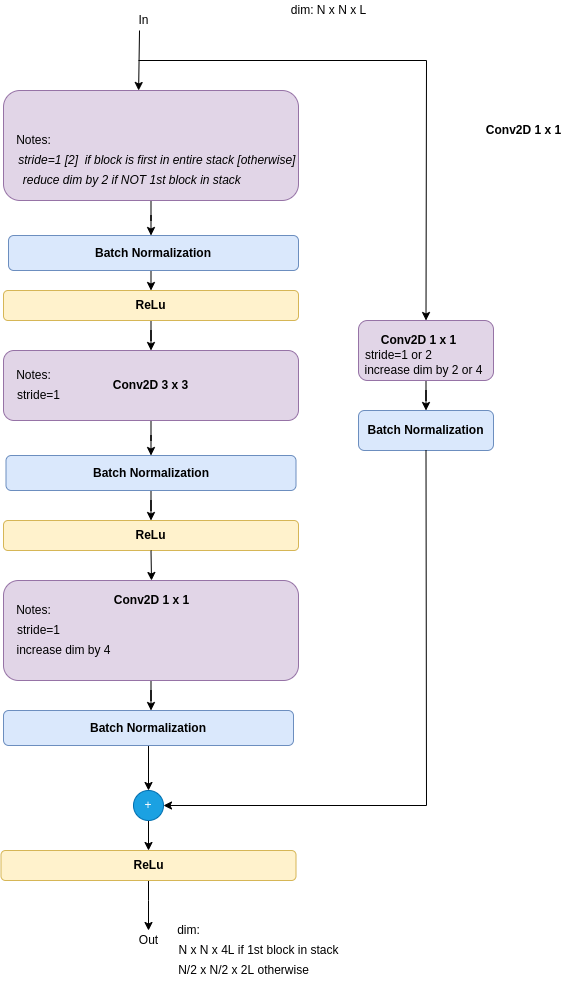
The draw.io diagram assets/images/cnn-models/deeper-bottleneck-resnet-residual-block-dimenssions-matching-projection.drawio.png in ronen-halevy/ronen-halevy.github.io, before a commit. Source tidied: cells renumbered, new cells last; positions are measured from the earlier drawing's top-left corner, leaving out a move shared by most shapes.
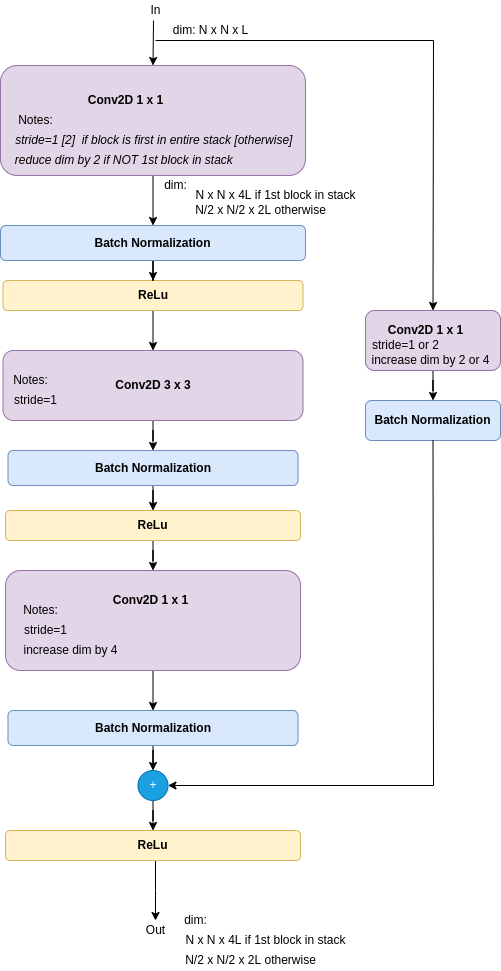
The same file after the commit.

Change to the diagram source:
```diff
@@ -2,23 +2,14 @@
   <root>
     <mxCell id="0" />
     <mxCell id="1" parent="0" />
-    <mxCell id="2" style="edgeStyle=orthogonalEdgeStyle;rounded=0;jettySize=auto;html=1;" parent="1" edge="1" source="3">
-      <mxGeometry relative="1" as="geometry">
-        <mxPoint x="150.5" y="235" as="targetPoint" />
-      </mxGeometry>
-    </mxCell>
+    <mxCell id="49" style="edgeStyle=orthogonalEdgeStyle;rounded=0;jettySize=auto;html=1;entryX=0.5;entryY=0;entryDx=0;entryDy=0;" parent="1" edge="1" source="3" target="42">
+      <mxGeometry relative="1" as="geometry" />
+    </mxCell>
     <mxCell id="3" style="rounded=1;whiteSpace=wrap;html=1;fillColor=#e1d5e7;strokeColor=#9673a6;" parent="1" vertex="1">
-      <mxGeometry x="3" y="90" width="295" height="110" as="geometry" />
+      <mxGeometry x="-7" y="75" width="305" height="110" as="geometry" />
     </mxCell>
-    <mxCell id="4" style="edgeStyle=orthogonalEdgeStyle;rounded=0;jettySize=auto;html=1;exitX=0.367;exitY=1;exitDx=0;exitDy=0;exitPerimeter=0;entryX=0.458;entryY=0;entryDx=0;entryDy=0;entryPerimeter=0;" parent="1" edge="1" source="5" target="3">
-      <mxGeometry relative="1" as="geometry">
-        <Array as="points">
-          <mxPoint x="138" y="30" />
-        </Array>
-      </mxGeometry>
-    </mxCell>
     <mxCell id="5" value="In" style="text;html=1;align=center;verticalAlign=middle;points=[];strokeColor=none;fillColor=none;" parent="1" vertex="1">
-      <mxGeometry x="128" y="10" width="30" height="20" as="geometry" />
+      <mxGeometry x="133" y="10" width="30" height="20" as="geometry" />
     </mxCell>
     <mxCell id="6" value="Out" style="text;html=1;align=center;verticalAlign=middle;strokeColor=none;fillColor=none;" parent="1" vertex="1">
       <mxGeometry x="133" y="930" width="30" height="20" as="geometry" />
@@ -27,16 +18,16 @@
       <mxGeometry x="98" y="215" width="20" height="20" as="geometry" />
     </mxCell>
     <mxCell id="8" value="&lt;i&gt;&amp;nbsp; reduce dim by 2 if NOT 1st block in stack&lt;/i&gt;" style="text;html=1;align=center;verticalAlign=middle;strokeColor=none;fillColor=none;" parent="1" vertex="1">
-      <mxGeometry x="8" y="170" width="240" height="20" as="geometry" />
+      <mxGeometry x="-7" y="160" width="240" height="20" as="geometry" />
     </mxCell>
     <mxCell id="9" value="&lt;span&gt;&lt;b&gt;Conv2D 1 x 1&lt;/b&gt;&lt;/span&gt;" style="text;html=1;align=center;verticalAlign=middle;strokeColor=none;fillColor=none;" parent="1" vertex="1">
-      <mxGeometry x="478" y="120" width="90" height="20" as="geometry" />
+      <mxGeometry x="73" y="100" width="90" height="20" as="geometry" />
     </mxCell>
     <mxCell id="10" value="&lt;i&gt;&amp;nbsp;&amp;nbsp;&lt;span style=&quot;color: rgba(0 , 0 , 0 , 0) ; font-family: monospace ; font-size: 0px&quot;&gt;%3CmxGraphModel%3E%3Croot%3E%3CmxCell%20id%3D%220%22%2F%3E%3CmxCell%20id%3D%221%22%20parent%3D%220%22%2F%3E%3CmxCell%20id%3D%222%22%20value%3D%22%22%20style%3D%22endArrow%3Dclassic%3Bhtml%3D1%3Brounded%3D0%3B%22%20edge%3D%221%22%20parent%3D%221%22%3E%3CmxGeometry%20width%3D%2250%22%20height%3D%2250%22%20relative%3D%221%22%20as%3D%22geometry%22%3E%3CmxPoint%20x%3D%22640%22%20y%3D%22230%22%20as%3D%22sourcePoint%22%2F%3E%3CmxPoint%20x%3D%22640%22%20y%3D%22250%22%20as%3D%22targetPoint%22%2F%3E%3C%2FmxGeometry%3E%3C%2FmxCell%3E%3C%2Froot%3E%3C%2Fmx&lt;/span&gt;stride=1 [2]&amp;nbsp; if block is first in entire stack [otherwise]&lt;/i&gt;" style="text;html=1;align=center;verticalAlign=middle;strokeColor=none;fillColor=none;" parent="1" vertex="1">
-      <mxGeometry x="3" y="150" width="300" height="20" as="geometry" />
+      <mxGeometry x="-7" y="140" width="300" height="20" as="geometry" />
     </mxCell>
     <mxCell id="11" value="dim: N x N x L" style="text;html=1;align=center;verticalAlign=middle;strokeColor=none;fillColor=none;" parent="1" vertex="1">
-      <mxGeometry x="283" width="90" height="20" as="geometry" />
+      <mxGeometry x="158" y="30" width="90" height="20" as="geometry" />
     </mxCell>
     <mxCell id="12" value="N x N x 4L if 1st block in stack" style="text;html=1;align=center;verticalAlign=middle;strokeColor=none;fillColor=none;" parent="1" vertex="1">
       <mxGeometry x="168" y="940" width="180" height="20" as="geometry" />
@@ -44,60 +35,53 @@
     <mxCell id="13" value="N/2 x N/2 x 2L otherwise" style="text;html=1;align=center;verticalAlign=middle;strokeColor=none;fillColor=none;" parent="1" vertex="1">
       <mxGeometry x="168" y="960" width="150" height="20" as="geometry" />
     </mxCell>
-    <mxCell id="14" style="edgeStyle=orthogonalEdgeStyle;rounded=0;jettySize=auto;html=1;exitX=0.5;exitY=1;exitDx=0;exitDy=0;" parent="1" edge="1" source="42">
-      <mxGeometry relative="1" as="geometry">
-        <mxPoint x="150.5" y="290" as="targetPoint" />
-      </mxGeometry>
-    </mxCell>
     <mxCell id="15" style="edgeStyle=orthogonalEdgeStyle;rounded=0;jettySize=auto;html=1;" parent="1" edge="1" source="16" target="21">
       <mxGeometry relative="1" as="geometry" />
     </mxCell>
     <mxCell id="16" value="&lt;b&gt;Conv2D&amp;nbsp;3 x 3&lt;/b&gt;" style="rounded=1;whiteSpace=wrap;html=1;fillColor=#e1d5e7;strokeColor=#9673a6;" parent="1" vertex="1">
-      <mxGeometry x="3" y="350" width="295" height="70" as="geometry" />
+      <mxGeometry x="-4.5" y="360" width="300" height="70" as="geometry" />
     </mxCell>
     <mxCell id="17" value="stride=1" style="text;html=1;align=center;verticalAlign=middle;strokeColor=none;fillColor=none;" parent="1" vertex="1">
-      <mxGeometry x="8" y="385" width="60" height="20" as="geometry" />
+      <mxGeometry x="-2" y="400" width="60" height="20" as="geometry" />
     </mxCell>
     <mxCell id="18" value="Notes:" style="text;html=1;align=center;verticalAlign=middle;strokeColor=none;fillColor=none;" parent="1" vertex="1">
-      <mxGeometry x="8" y="130" width="50" height="20" as="geometry" />
+      <mxGeometry x="3" y="120" width="50" height="20" as="geometry" />
     </mxCell>
     <mxCell id="19" value="Notes:" style="text;html=1;align=center;verticalAlign=middle;strokeColor=none;fillColor=none;" parent="1" vertex="1">
-      <mxGeometry x="8" y="365" width="50" height="20" as="geometry" />
+      <mxGeometry x="-2" y="380" width="50" height="20" as="geometry" />
     </mxCell>
     <mxCell id="20" style="edgeStyle=orthogonalEdgeStyle;rounded=0;jettySize=auto;html=1;" parent="1" edge="1" source="21" target="46">
       <mxGeometry relative="1" as="geometry" />
     </mxCell>
     <mxCell id="21" value="&lt;b&gt;Batch Normalization&lt;/b&gt;" style="rounded=1;whiteSpace=wrap;html=1;fillColor=#dae8fc;strokeColor=#6c8ebf;" parent="1" vertex="1">
-      <mxGeometry x="5.5" y="455" width="290" height="35" as="geometry" />
+      <mxGeometry x="0.5" y="460" width="290" height="35" as="geometry" />
     </mxCell>
-    <mxCell id="22" style="edgeStyle=orthogonalEdgeStyle;rounded=0;jettySize=auto;html=1;" parent="1" edge="1" source="23">
-      <mxGeometry relative="1" as="geometry">
-        <mxPoint x="150.5" y="710" as="targetPoint" />
-      </mxGeometry>
-    </mxCell>
+    <mxCell id="50" style="edgeStyle=orthogonalEdgeStyle;rounded=0;jettySize=auto;html=1;" parent="1" edge="1" source="23" target="48">
+      <mxGeometry relative="1" as="geometry" />
+    </mxCell>
     <mxCell id="23" style="rounded=1;whiteSpace=wrap;html=1;fillColor=#e1d5e7;strokeColor=#9673a6;" parent="1" vertex="1">
-      <mxGeometry x="3" y="580" width="295" height="100" as="geometry" />
+      <mxGeometry x="-2" y="580" width="295" height="100" as="geometry" />
     </mxCell>
     <mxCell id="24" style="edgeStyle=orthogonalEdgeStyle;rounded=0;jettySize=auto;html=1;exitX=0.5;exitY=1;exitDx=0;exitDy=0;" parent="1" edge="1" source="48" target="30">
       <mxGeometry relative="1" as="geometry" />
     </mxCell>
     <mxCell id="25" value="&lt;b&gt;Conv2D 1 x 1&lt;/b&gt;" style="text;html=1;align=center;verticalAlign=middle;strokeColor=none;fillColor=none;" parent="1" vertex="1">
-      <mxGeometry x="105.5" y="590" width="90" height="20" as="geometry" />
+      <mxGeometry x="98" y="600" width="90" height="20" as="geometry" />
     </mxCell>
     <mxCell id="26" value="Notes:" style="text;html=1;align=center;verticalAlign=middle;strokeColor=none;fillColor=none;" parent="1" vertex="1">
-      <mxGeometry x="8" y="600" width="50" height="20" as="geometry" />
+      <mxGeometry x="8" y="610" width="50" height="20" as="geometry" />
     </mxCell>
     <mxCell id="27" value="stride=1" style="text;html=1;align=center;verticalAlign=middle;strokeColor=none;fillColor=none;" parent="1" vertex="1">
-      <mxGeometry x="8" y="620" width="60" height="20" as="geometry" />
+      <mxGeometry x="8" y="630" width="60" height="20" as="geometry" />
     </mxCell>
     <mxCell id="28" value="increase&amp;nbsp;dim&amp;nbsp;by 4" style="text;html=1;align=center;verticalAlign=middle;strokeColor=none;fillColor=none;" parent="1" vertex="1">
-      <mxGeometry x="8" y="640" width="110" height="20" as="geometry" />
+      <mxGeometry x="8" y="650" width="110" height="20" as="geometry" />
     </mxCell>
     <mxCell id="29" style="edgeStyle=orthogonalEdgeStyle;rounded=0;jettySize=auto;html=1;" parent="1" edge="1" source="30" target="41">
       <mxGeometry relative="1" as="geometry" />
     </mxCell>
     <mxCell id="30" value="+" style="ellipse;whiteSpace=wrap;html=1;fillColor=#1ba1e2;fontColor=#ffffff;strokeColor=#006EAF;" parent="1" vertex="1">
-      <mxGeometry x="133" y="790" width="30" height="30" as="geometry" />
+      <mxGeometry x="130.5" y="780" width="30" height="30" as="geometry" />
     </mxCell>
     <mxCell id="31" style="edgeStyle=orthogonalEdgeStyle;rounded=0;jettySize=auto;html=1;" parent="1" edge="1" source="32" target="36">
       <mxGeometry relative="1" as="geometry" />
@@ -127,7 +111,7 @@
       <mxGeometry relative="1" as="geometry" />
     </mxCell>
     <mxCell id="39" value="&lt;b&gt;ReLu&lt;/b&gt;" style="rounded=1;whiteSpace=wrap;html=1;fillColor=#fff2cc;strokeColor=#d6b656;" parent="1" vertex="1">
-      <mxGeometry x="3" y="290" width="295" height="30" as="geometry" />
+      <mxGeometry x="-4.5" y="290" width="300" height="30" as="geometry" />
     </mxCell>
     <mxCell id="40" style="edgeStyle=orthogonalEdgeStyle;rounded=0;jettySize=auto;html=1;" parent="1" edge="1" source="41">
       <mxGeometry relative="1" as="geometry">
@@ -139,39 +123,54 @@
       </mxGeometry>
     </mxCell>
     <mxCell id="41" value="&lt;b&gt;ReLu&lt;/b&gt;" style="rounded=1;whiteSpace=wrap;html=1;fillColor=#fff2cc;strokeColor=#d6b656;" parent="1" vertex="1">
-      <mxGeometry x="0.5" y="850" width="295" height="30" as="geometry" />
+      <mxGeometry x="-2" y="840" width="295" height="30" as="geometry" />
     </mxCell>
+    <mxCell id="51" style="edgeStyle=orthogonalEdgeStyle;rounded=0;jettySize=auto;html=1;" parent="1" edge="1" source="42" target="39">
+      <mxGeometry relative="1" as="geometry" />
+    </mxCell>
     <mxCell id="42" value="&lt;b&gt;Batch Normalization&lt;/b&gt;" style="rounded=1;whiteSpace=wrap;html=1;fillColor=#dae8fc;strokeColor=#6c8ebf;" parent="1" vertex="1">
-      <mxGeometry x="8" y="235" width="290" height="35" as="geometry" />
+      <mxGeometry x="-7" y="235" width="305" height="35" as="geometry" />
     </mxCell>
     <mxCell id="43" value="dim:" style="text;html=1;align=center;verticalAlign=middle;strokeColor=none;fillColor=none;" parent="1" vertex="1">
       <mxGeometry x="168" y="920" width="40" height="20" as="geometry" />
     </mxCell>
-    <mxCell id="44" style="endArrow=classic;html=1;rounded=0;entryX=0.5;entryY=0;entryDx=0;entryDy=0;" parent="1" edge="1" target="32">
-      <mxGeometry relative="1" as="geometry">
-        <mxPoint x="138" y="60" as="sourcePoint" />
-        <Array as="points">
-          <mxPoint x="426" y="60" />
-        </Array>
-      </mxGeometry>
-    </mxCell>
     <mxCell id="45" style="endArrow=classic;html=1;rounded=0;exitX=0.5;exitY=1;exitDx=0;exitDy=0;entryX=1;entryY=0.5;entryDx=0;entryDy=0;" parent="1" edge="1" source="36" target="30">
       <mxGeometry relative="1" as="geometry">
         <Array as="points">
-          <mxPoint x="426" y="805" />
+          <mxPoint x="426" y="795" />
         </Array>
       </mxGeometry>
     </mxCell>
+    <mxCell id="52" style="edgeStyle=orthogonalEdgeStyle;rounded=0;jettySize=auto;html=1;" parent="1" edge="1" source="46" target="23">
+      <mxGeometry relative="1" as="geometry" />
+    </mxCell>
     <mxCell id="46" value="&lt;b&gt;ReLu&lt;/b&gt;" style="rounded=1;whiteSpace=wrap;html=1;fillColor=#fff2cc;strokeColor=#d6b656;" parent="1" vertex="1">
-      <mxGeometry x="3" y="520" width="295" height="30" as="geometry" />
+      <mxGeometry x="-2" y="520" width="295" height="30" as="geometry" />
     </mxCell>
-    <mxCell id="47" style="endArrow=classic;html=1;rounded=0;exitX=0.5;exitY=1;exitDx=0;exitDy=0;" parent="1" edge="1" source="46">
-      <mxGeometry relative="1" as="geometry">
-        <mxPoint x="151" y="580" as="targetPoint" />
-      </mxGeometry>
-    </mxCell>
     <mxCell id="48" value="&lt;b&gt;Batch Normalization&lt;/b&gt;" style="rounded=1;whiteSpace=wrap;html=1;fillColor=#dae8fc;strokeColor=#6c8ebf;" parent="1" vertex="1">
-      <mxGeometry x="3" y="710" width="290" height="35" as="geometry" />
+      <mxGeometry x="0.5" y="720" width="290" height="35" as="geometry" />
     </mxCell>
+    <mxCell id="53" style="endArrow=classic;html=1;rounded=0;entryX=0.5;entryY=0;entryDx=0;entryDy=0;" parent="1" edge="1" target="3">
+      <mxGeometry relative="1" as="geometry">
+        <mxPoint x="146" y="30" as="sourcePoint" />
+      </mxGeometry>
+    </mxCell>
+    <mxCell id="54" style="endArrow=classic;html=1;rounded=0;entryX=0.5;entryY=0;entryDx=0;entryDy=0;" parent="1" edge="1" target="32">
+      <mxGeometry relative="1" as="geometry">
+        <mxPoint x="148" y="50" as="sourcePoint" />
+        <Array as="points">
+          <mxPoint x="426" y="50" />
+        </Array>
+      </mxGeometry>
+    </mxCell>
+    <mxCell id="55" value="N x N x 4L if 1st block in stack" style="text;html=1;align=center;verticalAlign=middle;strokeColor=none;fillColor=none;" parent="1" vertex="1">
+      <mxGeometry x="178" y="195" width="180" height="20" as="geometry" />
+    </mxCell>
+    <mxCell id="56" value="N/2 x N/2 x 2L otherwise" style="text;html=1;align=center;verticalAlign=middle;strokeColor=none;fillColor=none;" parent="1" vertex="1">
+      <mxGeometry x="178" y="210" width="150" height="20" as="geometry" />
+    </mxCell>
+    <mxCell id="57" value="dim:" style="text;html=1;align=center;verticalAlign=middle;strokeColor=none;fillColor=none;" parent="1" vertex="1">
+      <mxGeometry x="148" y="185" width="40" height="20" as="geometry" />
+    </mxCell>
   </root>
 </mxGraphModel>
```
